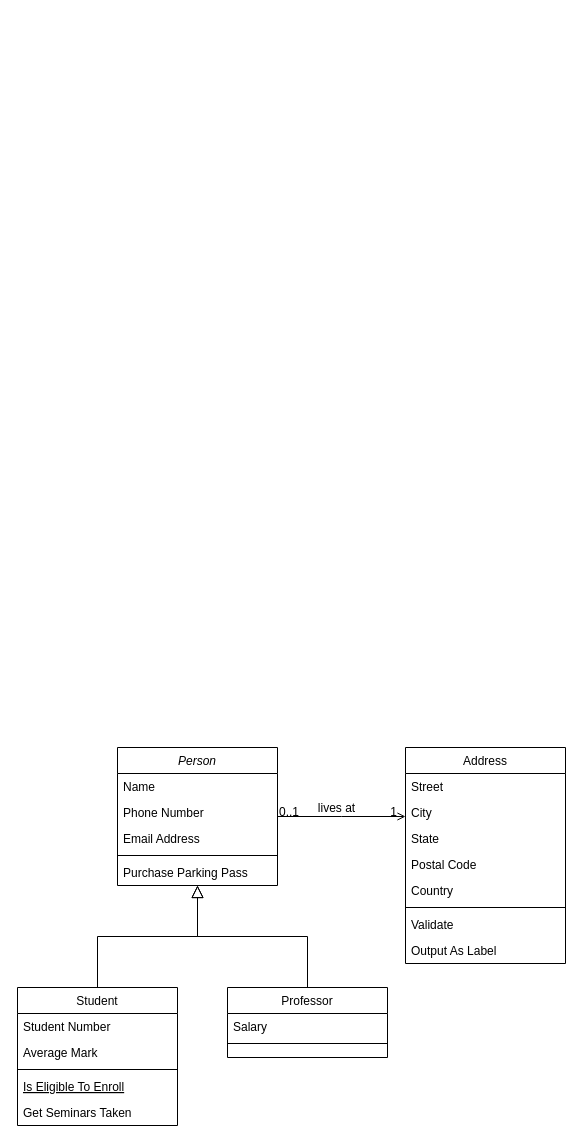
Above: Untitled Diagram.drawio in ziggyt/stickapp (draw.io), before the change. Source tidied: cells renumbered, new cells numbered last; positions are measured from the earlier drawing's top-left corner, leaving out a move shared by most shapes. Both pictures are drawn from the tidied source at 100%, with x=0, y=0 at pixel (17, 747).
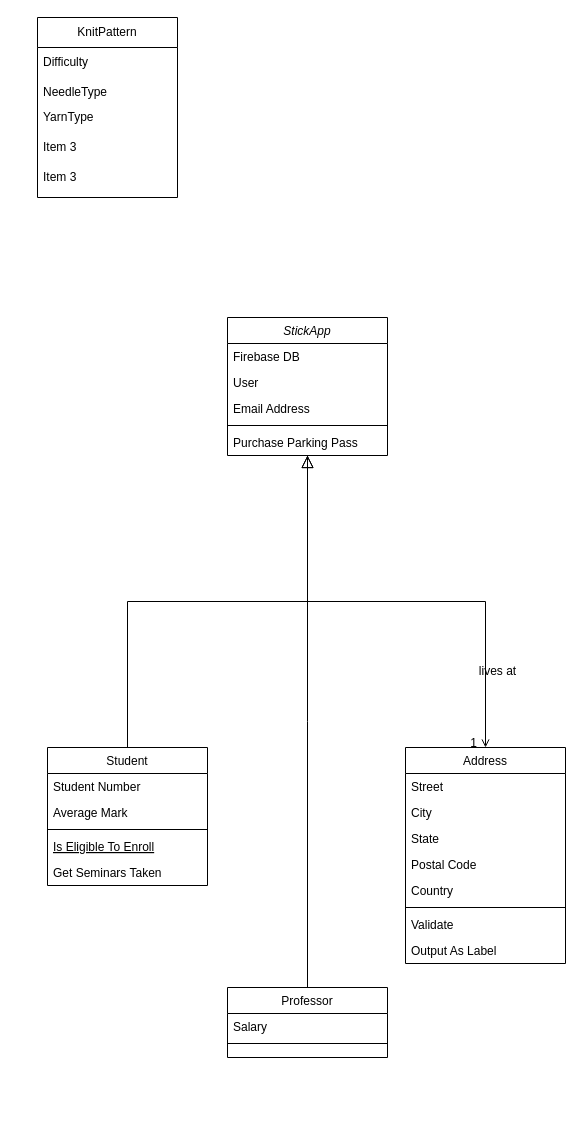
After the change.

The change refers to these unchanged cells:
```xml
<mxCell id="28" style="endArrow=open;shadow=0;strokeWidth=1;rounded=0;endFill=1;edgeStyle=elbowEdgeStyle;elbow=vertical;" parent="1" edge="1" source="2" target="19">
  <mxGeometry x="0.5" y="41" relative="1" as="geometry">
    <mxPoint x="-40" y="32" as="offset" />
  </mxGeometry>
</mxCell>
```

The edit, as a diff of the source:
```diff
@@
-    <mxCell id="2" value="Person" style="swimlane;fontStyle=2;align=center;verticalAlign=top;horizontal=1;startSize=26;rounded=0;shadow=0;strokeWidth=1;" parent="1" vertex="1">
-      <mxGeometry x="100" width="160" height="138" as="geometry" />
+    <mxCell id="2" value="StickApp" style="swimlane;fontStyle=2;align=center;verticalAlign=top;horizontal=1;startSize=26;rounded=0;shadow=0;strokeWidth=1;" parent="1" vertex="1">
+      <mxGeometry x="210" y="-430" width="160" height="138" as="geometry" />
     </mxCell>
-    <mxCell id="3" value="Name" style="text;align=left;verticalAlign=top;spacingLeft=4;spacingRight=4;overflow=hidden;" parent="2" vertex="1">
+    <mxCell id="3" value="Firebase DB" style="text;align=left;verticalAlign=top;spacingLeft=4;spacingRight=4;overflow=hidden;" parent="2" vertex="1">
       <mxGeometry y="26" width="160" height="26" as="geometry" />
     </mxCell>
-    <mxCell id="4" value="Phone Number" style="text;align=left;verticalAlign=top;spacingLeft=4;spacingRight=4;overflow=hidden;rounded=0;shadow=0;html=0;" parent="2" vertex="1">
+    <mxCell id="4" value="User" style="text;align=left;verticalAlign=top;spacingLeft=4;spacingRight=4;overflow=hidden;rounded=0;shadow=0;html=0;" parent="2" vertex="1">
       <mxGeometry y="52" width="160" height="26" as="geometry" />
     </mxCell>
@@
     <mxCell id="8" value="Student" style="swimlane;fontStyle=0;align=center;verticalAlign=top;horizontal=1;startSize=26;rounded=0;shadow=0;strokeWidth=1;" parent="1" vertex="1">
-      <mxGeometry y="240" width="160" height="138" as="geometry" />
+      <mxGeometry x="30" width="160" height="138" as="geometry" />
     </mxCell>
@@
-    <mxCell id="29" value="0..1" style="align=left;verticalAlign=bottom;labelBackgroundColor=none;fontSize=12;" parent="28" vertex="1">
-      <mxGeometry x="-1" relative="1" as="geometry">
-        <mxPoint y="4" as="offset" />
-      </mxGeometry>
-    </mxCell>
@@
+    <mxCell id="32" value="KnitPattern" style="swimlane;fontStyle=0;horizontal=1;startSize=30;whiteSpace=wrap;html=1;" parent="1" vertex="1">
+      <mxGeometry x="20" y="-730" width="140" height="180" as="geometry" />
+    </mxCell>
+    <mxCell id="33" value="Difficulty" style="text;strokeColor=none;fillColor=none;align=left;verticalAlign=middle;spacingLeft=4;spacingRight=4;overflow=hidden;whiteSpace=wrap;html=1;" parent="32" vertex="1">
+      <mxGeometry y="30" width="140" height="30" as="geometry" />
+    </mxCell>
+    <mxCell id="34" value="NeedleType" style="text;strokeColor=none;fillColor=none;align=left;verticalAlign=middle;spacingLeft=4;spacingRight=4;overflow=hidden;whiteSpace=wrap;html=1;" parent="32" vertex="1">
+      <mxGeometry y="60" width="140" height="30" as="geometry" />
+    </mxCell>
+    <mxCell id="35" value="&lt;div&gt;YarnType&lt;/div&gt;&lt;div&gt;&lt;br&gt;&lt;/div&gt;" style="text;strokeColor=none;fillColor=none;align=left;verticalAlign=middle;spacingLeft=4;spacingRight=4;overflow=hidden;whiteSpace=wrap;html=1;" parent="32" vertex="1">
+      <mxGeometry y="90" width="140" height="30" as="geometry" />
+    </mxCell>
+    <mxCell id="36" value="&lt;div&gt;Item 3&lt;/div&gt;&lt;div&gt;&lt;br&gt;&lt;/div&gt;" style="text;strokeColor=none;fillColor=none;align=left;verticalAlign=middle;spacingLeft=4;spacingRight=4;overflow=hidden;whiteSpace=wrap;html=1;" parent="32" vertex="1">
+      <mxGeometry y="120" width="140" height="30" as="geometry" />
+    </mxCell>
+    <mxCell id="37" value="&lt;div&gt;Item 3&lt;/div&gt;&lt;div&gt;&lt;br&gt;&lt;/div&gt;" style="text;strokeColor=none;fillColor=none;align=left;verticalAlign=middle;spacingLeft=4;spacingRight=4;overflow=hidden;whiteSpace=wrap;html=1;" parent="32" vertex="1">
+      <mxGeometry y="150" width="140" height="30" as="geometry" />
+    </mxCell>
```
